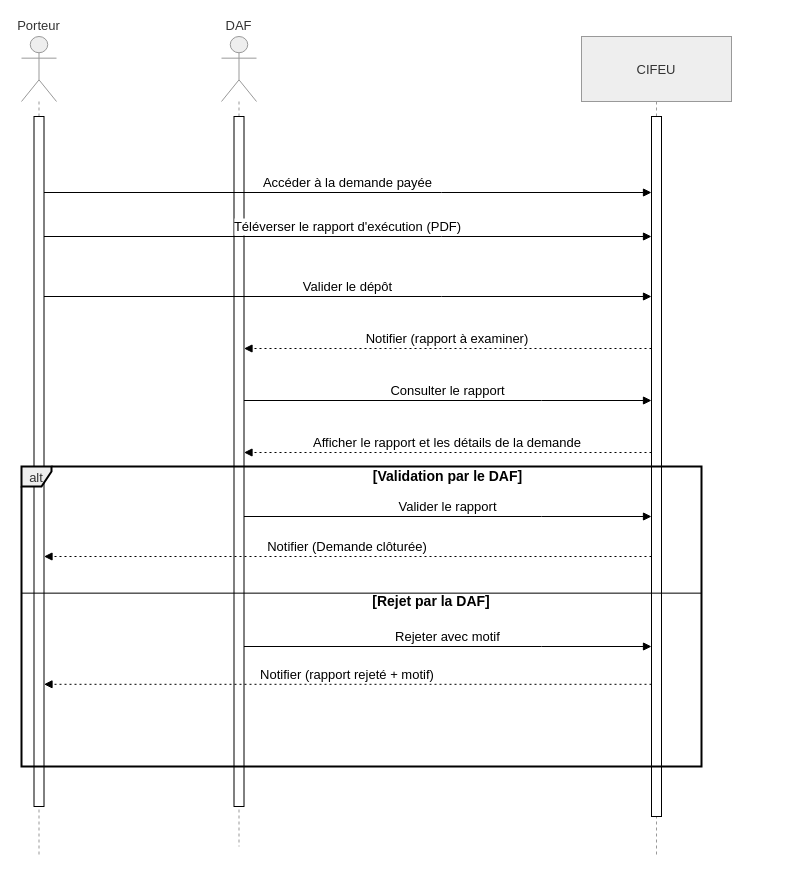
This is rapport/graphe/sequence/Traiter un rapport d'exécution.drawio from CheickOuedraogo/stage, a draw.io file, before an edit. Source tidied: cells renumbered, new cells numbered last; positions are measured from the earlier drawing's top-left corner, leaving out a move shared by most shapes. Both pictures are drawn from the tidied source at 100%, with x=0, y=0 at pixel (21, 36).
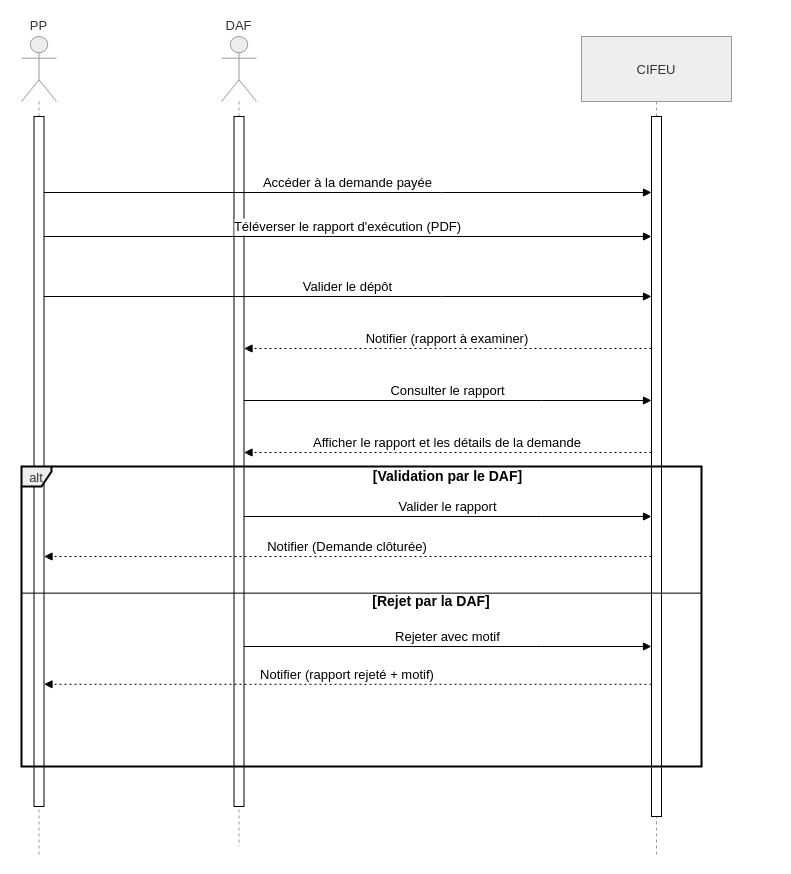
Above is the later version.

What changed in the source:
```diff
@@
-    <mxCell id="2" value="Porteur" style="shape=umlLifeline;perimeter=lifelinePerimeter;whiteSpace=wrap;newEdgeStyle={&quot;edgeStyle&quot;:&quot;elbowEdgeStyle&quot;,&quot;elbow&quot;:&quot;vertical&quot;,&quot;curved&quot;:0,&quot;rounded&quot;:0};participant=umlActor;verticalAlign=bottom;labelPosition=center;verticalLabelPosition=top;align=center;size=65;fillColor=light-dark(#eeeeee,#1f2020);strokeColor=light-dark(#999999,#cccccc);fontColor=light-dark(#333333,#cccccc);fontSize=13;" parent="1" vertex="1">
+    <mxCell id="2" value="PP" style="shape=umlLifeline;perimeter=lifelinePerimeter;whiteSpace=wrap;newEdgeStyle={&quot;edgeStyle&quot;:&quot;elbowEdgeStyle&quot;,&quot;elbow&quot;:&quot;vertical&quot;,&quot;curved&quot;:0,&quot;rounded&quot;:0};participant=umlActor;verticalAlign=bottom;labelPosition=center;verticalLabelPosition=top;align=center;size=65;fillColor=light-dark(#eeeeee,#1f2020);strokeColor=light-dark(#999999,#cccccc);fontColor=light-dark(#333333,#cccccc);fontSize=13;" parent="1" vertex="1">
       <mxGeometry width="35" height="820" as="geometry" />
     </mxCell>
```
